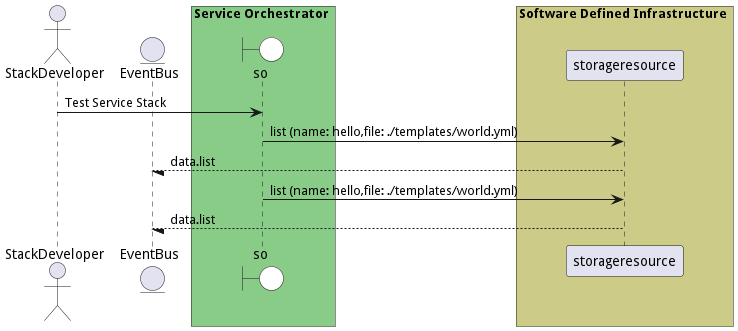
Above: docs/edgemere/sml/so/usecases/managestacks/TestServiceStack.png in madajaju/edgemere (PlantUML), before the change. Its diagram source:
```plantuml
@startuml

actor "StackDeveloper"


entity EventBus

box Service Orchestrator #88cc88
    boundary so #white
end box


box Software Defined Infrastructure #cccc88
            participant storageresource
    end box


"StackDeveloper" -> so: Test Service Stack

    so -> "storageresource": list (name: hello,file: ./templates/world.yml)

    "storageresource" --/ EventBus: data.list

    so -> "storageresource": list (name: hello,file: ./templates/world.yml)

    "storageresource" --/ EventBus: data.list



@enduml
```
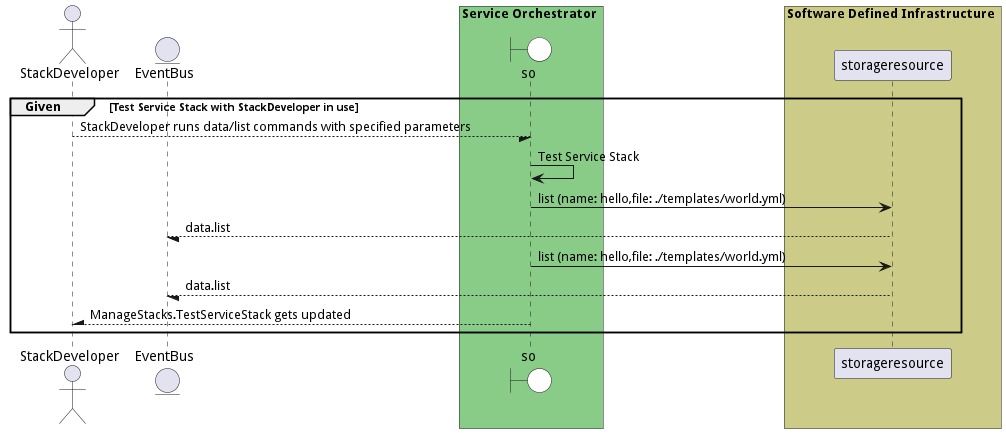
The same diagram one commit later.

The edit, as a diff of the source:
```diff
@@ -1,4 +1,5 @@
 @startuml
+
 
 actor "StackDeveloper"
 
@@ -14,8 +15,10 @@
             participant storageresource
     end box
 
+group Given [Test Service Stack with StackDeveloper in use]
 
-"StackDeveloper" -> so: Test Service Stack
+"StackDeveloper" --/ so: StackDeveloper runs data/list commands with specified parameters
+"so" -> so: Test Service Stack
 
     so -> "storageresource": list (name: hello,file: ./templates/world.yml)
 
@@ -27,4 +30,9 @@
 
 
 
+"StackDeveloper" /-- so: ManageStacks.TestServiceStack gets updated
+
+
+end
+
 @enduml
```
